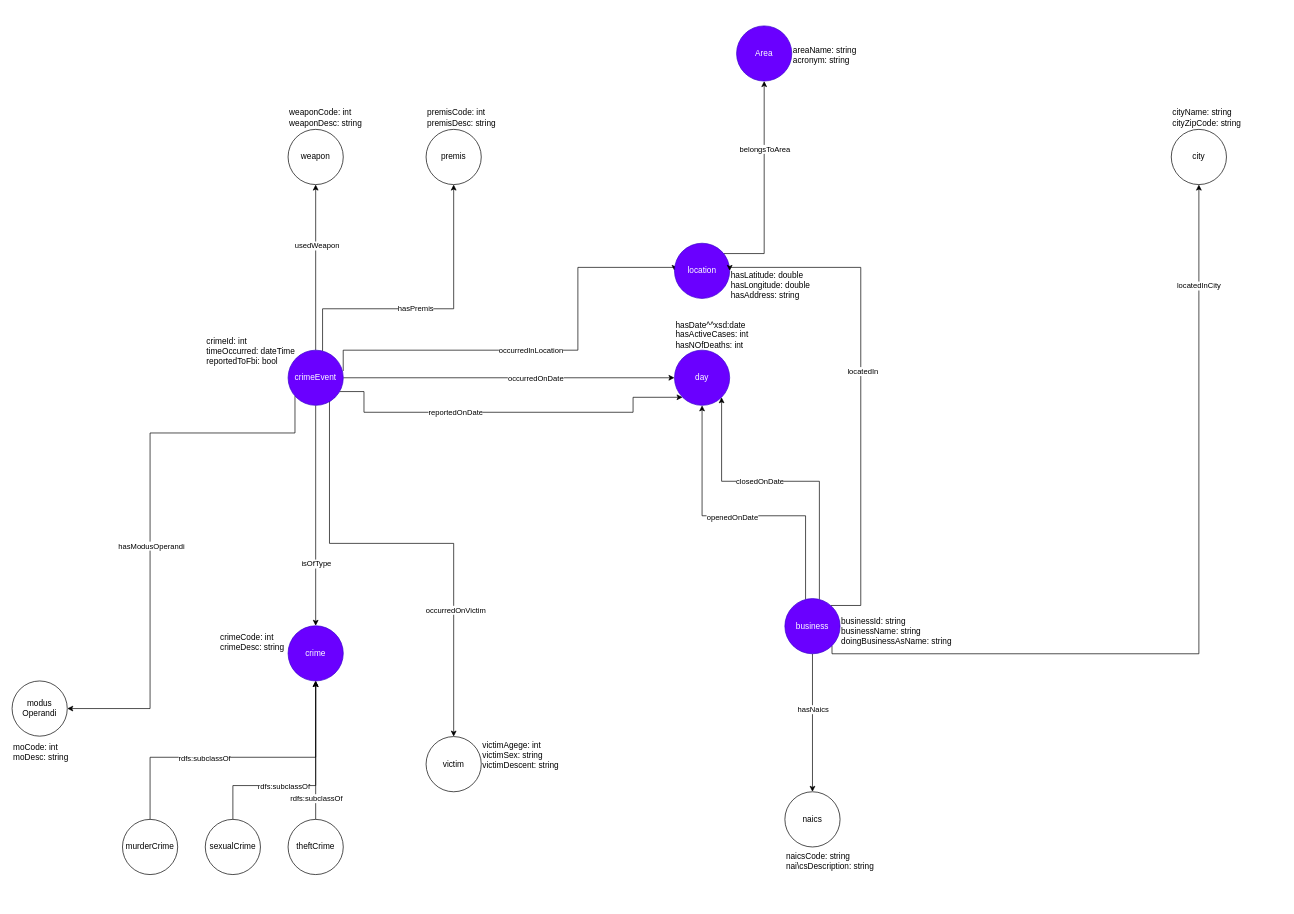
The draw.io diagram requirements analysis/Bitsei_ontology.drawio in mircocazzaro/bitsei-db2-unipd, before the edit. Source tidied: cells renumbered, new cells numbered last; positions are measured from the earlier drawing's top-left corner, leaving out a move shared by most shapes. Both pictures are drawn from the tidied source at 69%, with x=0, y=0 at pixel (12, 12).
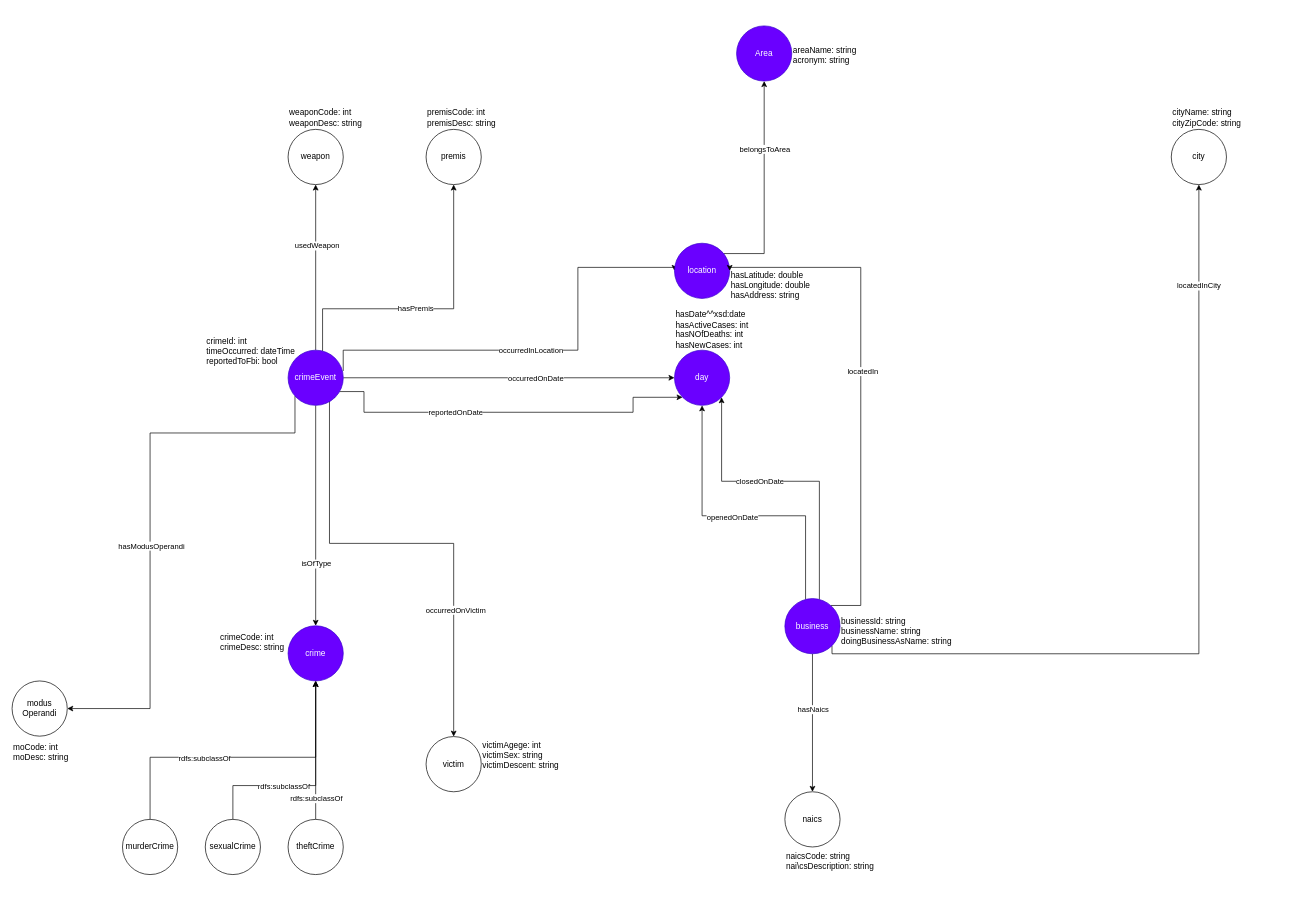
The same page after the edit.

What changed in the source:
```diff
@@
-    <mxCell id="54" value="&lt;div&gt;hasDate^^xsd:date&lt;/div&gt;&lt;div&gt;hasActiveCases: int&lt;/div&gt;&lt;div&gt;hasNOfDeaths: int&lt;/div&gt;" style="text;html=1;strokeColor=none;fillColor=none;align=left;verticalAlign=bottom;whiteSpace=wrap;rounded=0;" parent="1" vertex="1">
+    <mxCell id="54" value="&lt;div&gt;hasDate^^xsd:date&lt;/div&gt;&lt;div&gt;hasActiveCases: int&lt;/div&gt;&lt;div&gt;hasNOfDeaths: int&lt;br&gt;hasNewCases: int&lt;/div&gt;" style="text;html=1;strokeColor=none;fillColor=none;align=left;verticalAlign=bottom;whiteSpace=wrap;rounded=0;" parent="1" vertex="1">
       <mxGeometry x="960" y="412" width="160" height="80" as="geometry" />
     </mxCell>
```
